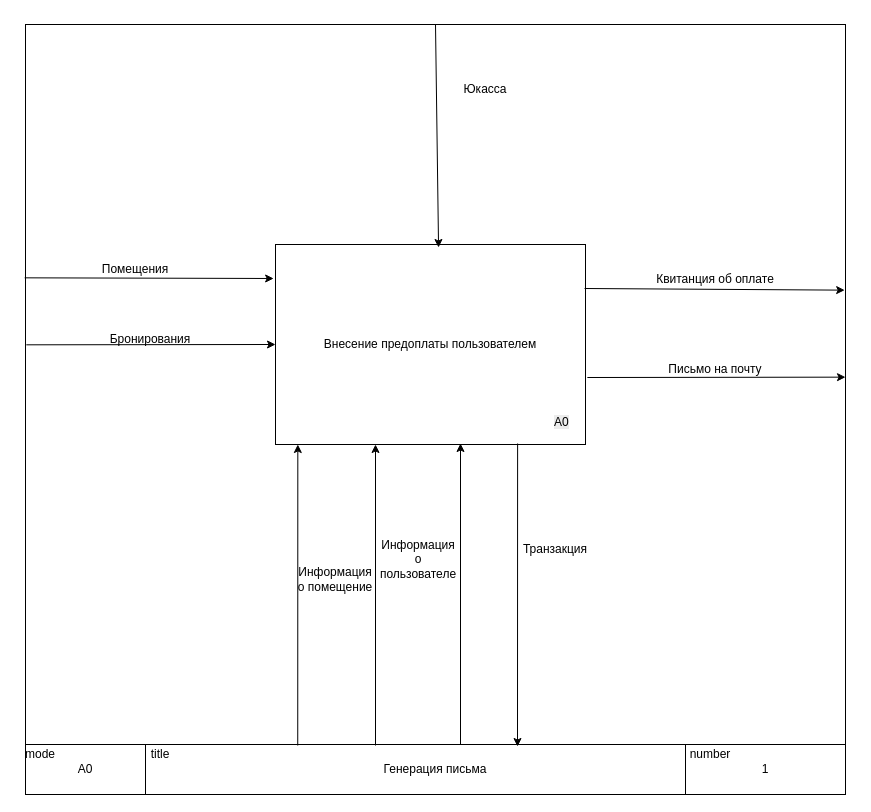
The draw.io diagram Курсовая 2025/Диаграммы/Диаграмма контекстная.drawio in Honeysuckle52/interior, before the edit. Source tidied: cells renumbered, new cells numbered last; positions are measured from the earlier drawing's top-left corner, leaving out a move shared by most shapes. Both pictures are drawn from the tidied source at 100%, with x=0, y=0 at pixel (25, 24).
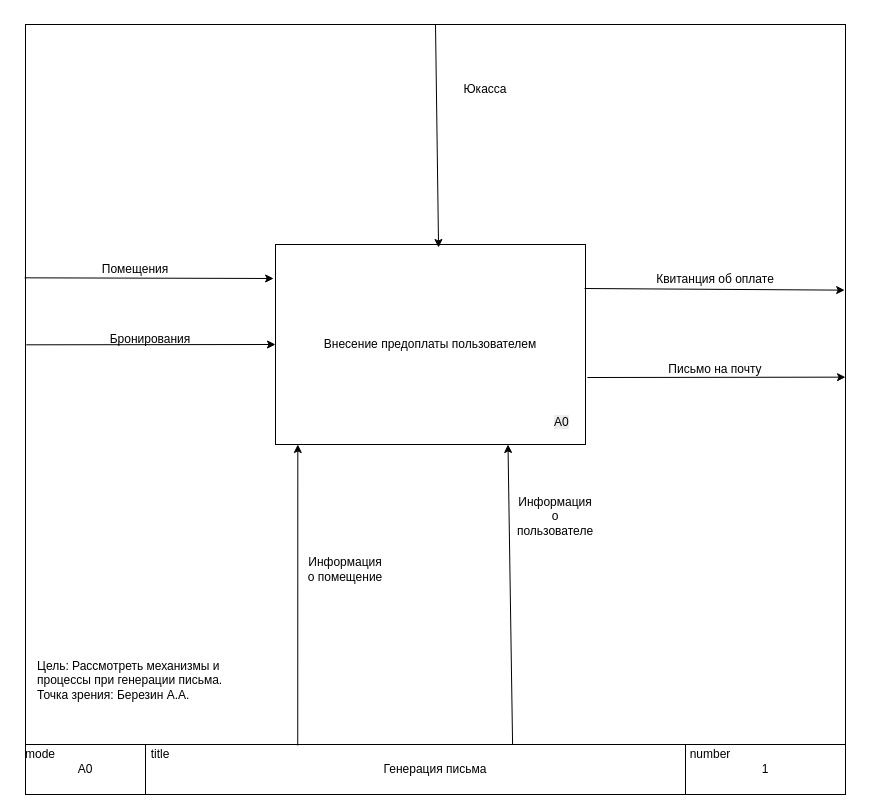
The same diagram, later.

Unchanged cells that the change refers to:
```xml
<mxCell id="3" value="Генерация письма" style="rounded=0;whiteSpace=wrap;html=1;" parent="1" vertex="1">
  <mxGeometry y="720" width="820" height="50" as="geometry" />
</mxCell>
<mxCell id="9" value="Внесение предоплаты пользователем" style="rounded=0;whiteSpace=wrap;html=1;" parent="1" vertex="1">
  <mxGeometry x="250" y="220" width="310" height="200" as="geometry" />
</mxCell>
```

Diff of the diagram source:
```diff
@@
-    <mxCell id="20" style="endArrow=classic;html=1;rounded=0;exitX=0.332;exitY=0.02;exitDx=0;exitDy=0;exitPerimeter=0;entryX=0.072;entryY=1;entryDx=0;entryDy=0;entryPerimeter=0;" parent="1" edge="1">
-      <mxGeometry relative="1" as="geometry">
-        <mxPoint x="350" y="721" as="sourcePoint" />
-        <mxPoint x="350" y="420" as="targetPoint" />
-      </mxGeometry>
+    <mxCell id="20" style="endArrow=classic;html=1;rounded=0;exitX=0.594;exitY=0;exitDx=0;exitDy=0;exitPerimeter=0;entryX=0.75;entryY=1;entryDx=0;entryDy=0;" parent="1" edge="1" source="3" target="9">
+      <mxGeometry relative="1" as="geometry" />
     </mxCell>
-    <mxCell id="21" style="endArrow=classic;html=1;rounded=0;exitX=0.332;exitY=0.02;exitDx=0;exitDy=0;exitPerimeter=0;entryX=0.072;entryY=1;entryDx=0;entryDy=0;entryPerimeter=0;" parent="1" edge="1">
-      <mxGeometry relative="1" as="geometry">
-        <mxPoint x="435" y="720" as="sourcePoint" />
-        <mxPoint x="435" y="419" as="targetPoint" />
-      </mxGeometry>
-    </mxCell>
-    <mxCell id="22" style="endArrow=classic;html=1;rounded=0;exitX=0.781;exitY=0.995;exitDx=0;exitDy=0;exitPerimeter=0;entryX=0.6;entryY=0.04;entryDx=0;entryDy=0;entryPerimeter=0;" parent="1" edge="1" source="9" target="3">
-      <mxGeometry relative="1" as="geometry" />
-    </mxCell>
     <mxCell id="23" value="Информация о помещение" style="text;html=1;align=center;verticalAlign=middle;whiteSpace=wrap;rounded=0;" parent="1" vertex="1">
-      <mxGeometry x="270" y="540" width="80" height="30" as="geometry" />
+      <mxGeometry x="280" y="530" width="80" height="30" as="geometry" />
     </mxCell>
     <mxCell id="24" value="Информация о пользователе" style="text;html=1;align=center;verticalAlign=middle;whiteSpace=wrap;rounded=0;" parent="1" vertex="1">
-      <mxGeometry x="353" y="520" width="80" height="30" as="geometry" />
+      <mxGeometry x="490" y="477" width="80" height="30" as="geometry" />
     </mxCell>
-    <mxCell id="25" value="Транзакция" style="text;html=1;align=center;verticalAlign=middle;whiteSpace=wrap;rounded=0;" parent="1" vertex="1">
-      <mxGeometry x="490" y="510" width="80" height="30" as="geometry" />
-    </mxCell>
@@
+    <mxCell id="28" value="Цель: Рассмотреть механизмы и процессы при генерации письма.&lt;div&gt;Точка зрения: Березин А.А.&amp;nbsp;&lt;/div&gt;" style="text;html=1;whiteSpace=wrap;strokeColor=none;fillColor=none;align=left;verticalAlign=middle;rounded=0;" parent="1" vertex="1">
+      <mxGeometry x="9.9" y="599" width="200.2" height="113" as="geometry" />
+    </mxCell>
```
